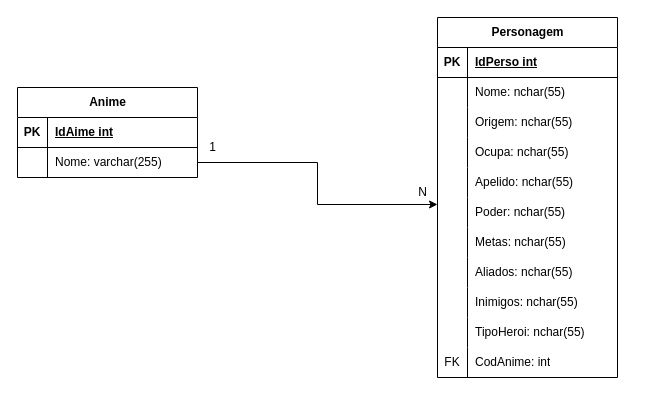
Before: Diagrama Banco.drawio in FelipeOropeza/APIKitsu, a draw.io diagram. Source tidied: cells renumbered, new cells numbered last; positions are measured from the earlier drawing's top-left corner, leaving out a move shared by most shapes. Both pictures are drawn from the tidied source at 100%, with x=0, y=0 at pixel (17, 17).
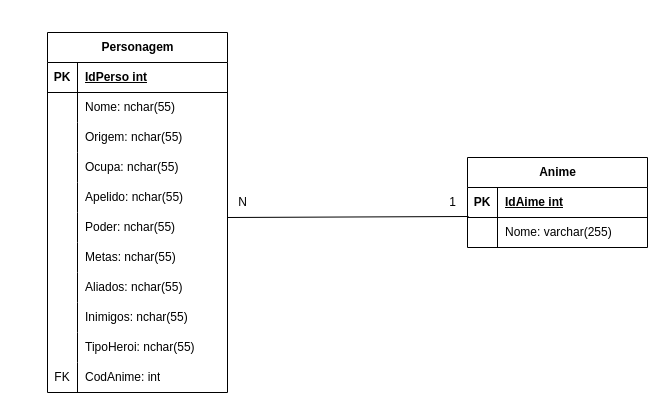
After the change.

The change refers to these unchanged cells:
```xml
<mxCell id="15" style="shape=tableRow;horizontal=0;startSize=0;swimlaneHead=0;swimlaneBody=0;fillColor=none;points=[[0,0.5],[1,0.5]];portConstraint=eastwest;top=0;left=0;right=0;bottom=0;" parent="2" vertex="1">
  <mxGeometry y="150" width="180" height="30" as="geometry" />
</mxCell>
<mxCell id="18" style="shape=tableRow;horizontal=0;startSize=0;swimlaneHead=0;swimlaneBody=0;fillColor=none;points=[[0,0.5],[1,0.5]];portConstraint=eastwest;top=0;left=0;right=0;bottom=0;" parent="2" vertex="1">
  <mxGeometry y="180" width="180" height="30" as="geometry" />
</mxCell>
<mxCell id="40" style="shape=tableRow;horizontal=0;startSize=0;swimlaneHead=0;swimlaneBody=0;fillColor=none;points=[[0,0.5],[1,0.5]];portConstraint=eastwest;top=0;left=0;right=0;bottom=0;" parent="36" vertex="1">
  <mxGeometry y="60" width="180" height="30" as="geometry" />
</mxCell>
```

The edit, as a diff of the source:
```diff
@@
     <mxCell id="2" value="Personagem" style="shape=table;startSize=30;childLayout=tableLayout;rowLines=0;fontStyle=1;align=center;html=1;" parent="1" vertex="1">
-      <mxGeometry x="420" width="180" height="360" as="geometry" />
+      <mxGeometry x="30" y="15" width="180" height="360" as="geometry" />
     </mxCell>
@@
     <mxCell id="36" value="Anime" style="shape=table;startSize=30;childLayout=tableLayout;rowLines=0;fontStyle=1;align=center;html=1;gradientColor=none;rounded=0;shadow=0;" parent="1" vertex="1">
-      <mxGeometry y="70" width="180" height="90" as="geometry" />
+      <mxGeometry x="450" y="140" width="180" height="90" as="geometry" />
     </mxCell>
@@
-    <mxCell id="43" style="edgeStyle=orthogonalEdgeStyle;rounded=0;jettySize=auto;html=1;exitX=1;exitY=0.5;exitDx=0;exitDy=0;entryX=0;entryY=1.233;entryDx=0;entryDy=0;entryPerimeter=0;" parent="1" edge="1" source="40" target="15">
-      <mxGeometry relative="1" as="geometry" />
-    </mxCell>
     <mxCell id="44" value="1" style="text;html=1;align=center;verticalAlign=middle;strokeColor=none;fillColor=none;" parent="1" vertex="1">
-      <mxGeometry x="180" y="115" width="30" height="30" as="geometry" />
+      <mxGeometry x="420" y="170" width="30" height="30" as="geometry" />
     </mxCell>
     <mxCell id="45" value="N" style="text;html=1;align=center;verticalAlign=middle;strokeColor=none;fillColor=none;" parent="1" vertex="1">
-      <mxGeometry x="390" y="160" width="30" height="30" as="geometry" />
+      <mxGeometry x="210" y="170" width="30" height="30" as="geometry" />
     </mxCell>
+    <mxCell id="46" style="endArrow=none;html=1;rounded=0;entryX=0.006;entryY=-0.033;entryDx=0;entryDy=0;entryPerimeter=0;exitX=1;exitY=0.167;exitDx=0;exitDy=0;exitPerimeter=0;" parent="1" edge="1" source="18">
+      <mxGeometry relative="1" as="geometry">
+        <mxPoint x="451.1" y="199" as="targetPoint" />
+      </mxGeometry>
+    </mxCell>
```
